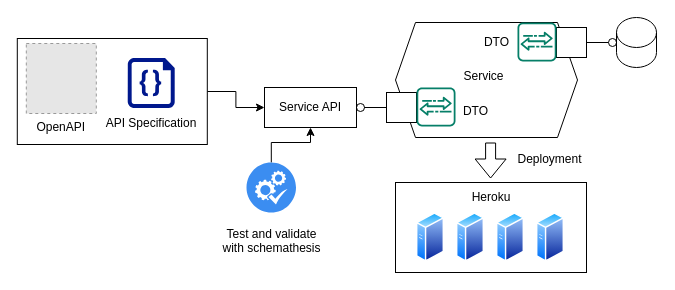
Above: build_api_python_workshop.drawio in abunuwas/conferences-images (draw.io), before the change. Source tidied: cells renumbered, new cells numbered last; positions are measured from the earlier drawing's top-left corner, leaving out a move shared by most shapes. Both pictures are drawn from the tidied source at 100%, with x=0, y=0 at pixel (17, 17). Pictures stored in the file or linked from it are replaced by grey dashed boxes.
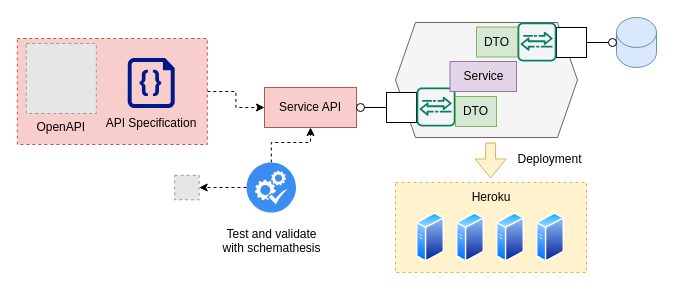
After the change.

Unchanged cells that the change refers to:
```xml
<mxCell id="9" value="&lt;br&gt;&lt;br&gt;&lt;br&gt;&lt;br&gt;Test and validate &lt;br&gt;with schemathesis" style="sketch=0;html=1;strokeColor=none;shadow=0;align=center;verticalAlign=top;fillColor=#3B8DF1;shape=mxgraph.gcp2.systems_check;" parent="1" vertex="1">
  <mxGeometry x="229" y="145" width="49.5" height="50" as="geometry" />
</mxCell>
```

Diff of the diagram source:
```diff
@@
-    <mxCell id="2" style="rounded=0;whiteSpace=wrap;html=1;" parent="1" vertex="1">
+    <mxCell id="2" style="rounded=0;whiteSpace=wrap;html=1;dashed=1;fillColor=#fff2cc;strokeColor=#d6b656;" parent="1" vertex="1">
       <mxGeometry x="378" y="165" width="191" height="90" as="geometry" />
     </mxCell>
-    <mxCell id="3" style="edgeStyle=orthogonalEdgeStyle;rounded=0;jettySize=auto;html=1;entryX=0;entryY=0.5;entryDx=0;entryDy=0;" parent="1" edge="1" source="4" target="19">
+    <mxCell id="3" style="edgeStyle=orthogonalEdgeStyle;rounded=0;jettySize=auto;html=1;entryX=0;entryY=0.5;entryDx=0;entryDy=0;dashed=1;" parent="1" edge="1" source="4" target="19">
       <mxGeometry relative="1" as="geometry" />
     </mxCell>
-    <mxCell id="4" style="rounded=0;whiteSpace=wrap;html=1;" parent="1" vertex="1">
+    <mxCell id="4" style="rounded=0;whiteSpace=wrap;html=1;dashed=1;fillColor=#f8cecc;strokeColor=#b85450;" parent="1" vertex="1">
       <mxGeometry x="-0.2" y="21" width="190" height="106" as="geometry" />
     </mxCell>
@@
-    <mxCell id="8" style="edgeStyle=orthogonalEdgeStyle;rounded=0;jettySize=auto;html=1;" parent="1" edge="1" source="9" target="19">
+    <mxCell id="8" style="edgeStyle=orthogonalEdgeStyle;rounded=0;jettySize=auto;html=1;dashed=1;" parent="1" edge="1" source="9" target="19">
       <mxGeometry relative="1" as="geometry" />
     </mxCell>
+    <mxCell id="32" style="edgeStyle=orthogonalEdgeStyle;rounded=0;jettySize=auto;html=1;entryX=1;entryY=0.5;entryDx=0;entryDy=0;dashed=1;" parent="1" edge="1" source="9" target="33">
+      <mxGeometry relative="1" as="geometry" />
+    </mxCell>
@@
-    <mxCell id="14" style="shape=hexagon;perimeter=hexagonPerimeter2;whiteSpace=wrap;html=1;fixedSize=1;" parent="1" vertex="1">
+    <mxCell id="14" style="shape=hexagon;perimeter=hexagonPerimeter2;whiteSpace=wrap;html=1;fixedSize=1;fillColor=#f5f5f5;fontColor=#333333;strokeColor=#666666;" parent="1" vertex="1">
       <mxGeometry x="378" y="5" width="182" height="115" as="geometry" />
     </mxCell>
-    <mxCell id="15" style="shape=cylinder3;whiteSpace=wrap;html=1;boundedLbl=1;backgroundOutline=1;size=15;" parent="1" vertex="1">
+    <mxCell id="15" style="shape=cylinder3;whiteSpace=wrap;html=1;boundedLbl=1;backgroundOutline=1;size=15;fillColor=#dae8fc;strokeColor=#6c8ebf;" parent="1" vertex="1">
       <mxGeometry x="599" width="40" height="50" as="geometry" />
     </mxCell>
@@
-    <mxCell id="19" value="Service API" style="rounded=0;whiteSpace=wrap;html=1;" parent="1" vertex="1">
+    <mxCell id="19" value="Service API" style="rounded=0;whiteSpace=wrap;html=1;fillColor=#f8cecc;strokeColor=#b85450;" parent="1" vertex="1">
       <mxGeometry x="247" y="70" width="92" height="40" as="geometry" />
     </mxCell>
@@
-    <mxCell id="26" value="DTO" style="text;html=1;strokeColor=none;fillColor=none;align=center;verticalAlign=middle;whiteSpace=wrap;rounded=0;" parent="1" vertex="1">
+    <mxCell id="26" value="DTO" style="text;html=1;strokeColor=#82b366;fillColor=#d5e8d4;align=center;verticalAlign=middle;whiteSpace=wrap;rounded=0;" parent="1" vertex="1">
       <mxGeometry x="438" y="79" width="41" height="30" as="geometry" />
     </mxCell>
-    <mxCell id="27" value="DTO" style="text;html=1;strokeColor=none;fillColor=none;align=center;verticalAlign=middle;whiteSpace=wrap;rounded=0;" parent="1" vertex="1">
+    <mxCell id="27" value="DTO" style="text;html=1;strokeColor=#82b366;fillColor=#d5e8d4;align=center;verticalAlign=middle;whiteSpace=wrap;rounded=0;" parent="1" vertex="1">
       <mxGeometry x="459" y="9.5" width="41" height="30" as="geometry" />
     </mxCell>
-    <mxCell id="28" value="Service" style="text;html=1;strokeColor=none;fillColor=none;align=center;verticalAlign=middle;whiteSpace=wrap;rounded=0;" parent="1" vertex="1">
+    <mxCell id="28" value="Service" style="text;html=1;strokeColor=#9673a6;fillColor=#e1d5e7;align=center;verticalAlign=middle;whiteSpace=wrap;rounded=0;" parent="1" vertex="1">
       <mxGeometry x="432.5" y="44" width="66.5" height="30" as="geometry" />
     </mxCell>
@@
-    <mxCell id="30" style="shape=flexArrow;endArrow=classic;html=1;rounded=0;" parent="1" edge="1">
+    <mxCell id="30" style="shape=flexArrow;endArrow=classic;html=1;rounded=0;fillColor=#fff2cc;strokeColor=#d6b656;" parent="1" edge="1">
       <mxGeometry relative="1" as="geometry">
         <mxPoint x="473.1" y="125" as="sourcePoint" />
         <mxPoint x="473.1" y="161" as="targetPoint" />
       </mxGeometry>
     </mxCell>
@@
+    <mxCell id="33" style="fillColor=#E6E6E6;strokeColor=#999999;dashed=1;html=1;verticalAlign=top;verticalLabelPosition=bottom;labelBackgroundColor=#ffffff;" parent="1" vertex="1">
+      <mxGeometry x="157.2" y="157.8" width="24.5" height="24.5" as="geometry" />
+    </mxCell>
```
